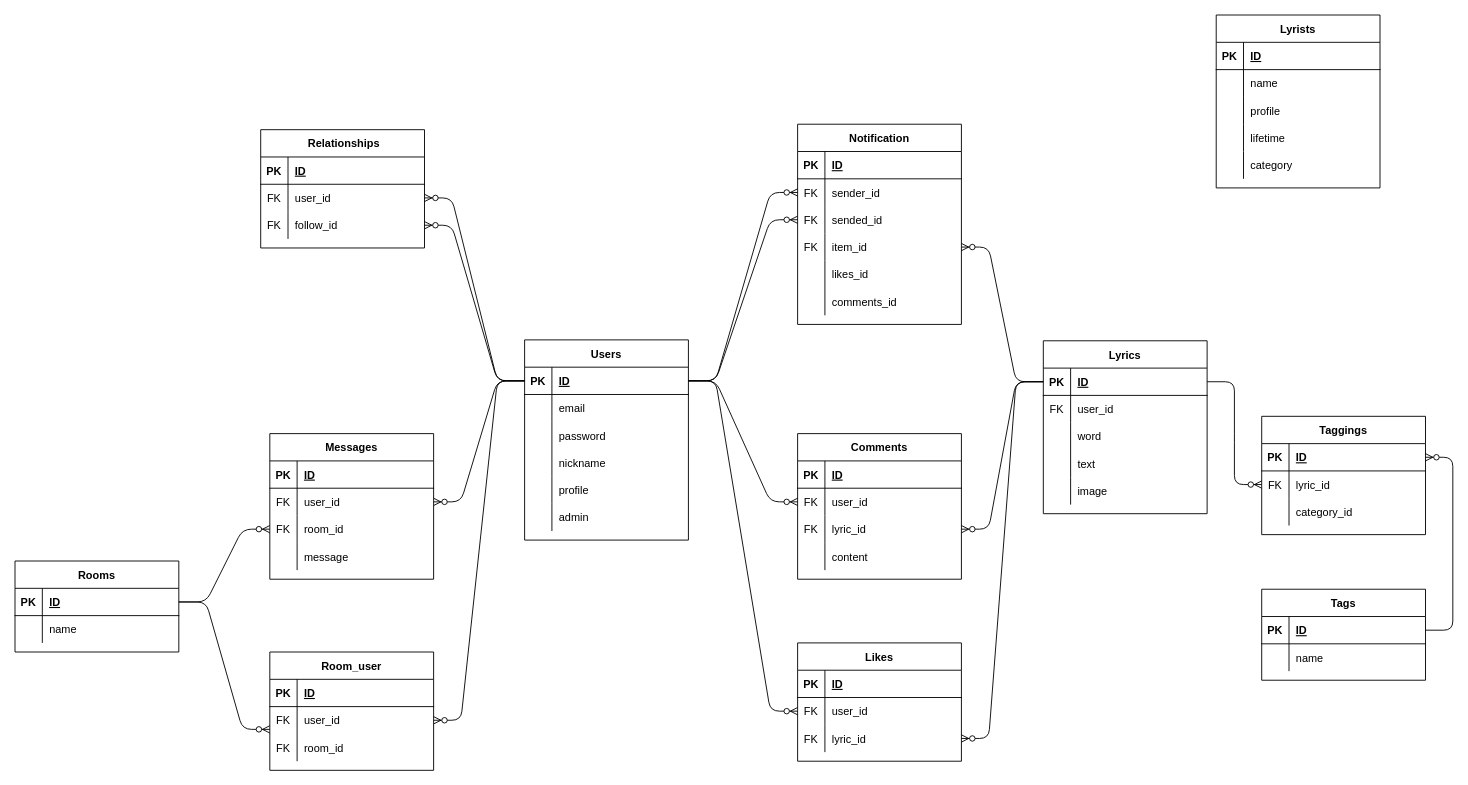
Earlier version of the draw.io diagram lyricomic.dio (fmnature/lyricomic). Source tidied: cells renumbered, new cells numbered last; positions are measured from the earlier drawing's top-left corner, leaving out a move shared by most shapes. Both pictures are drawn from the tidied source at 91%, with x=0, y=0 at pixel (15, 15).
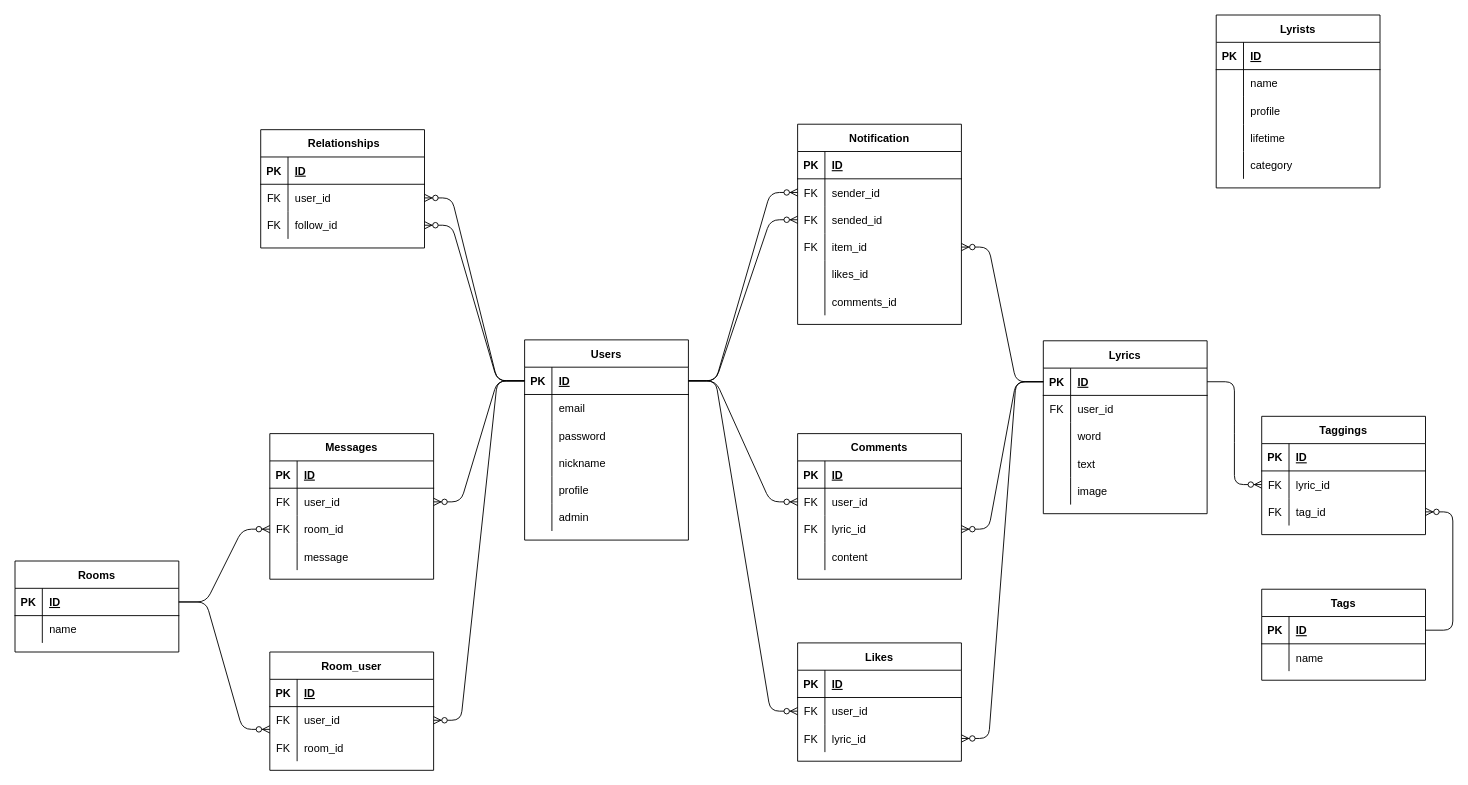
The same diagram, later.

The change refers to these unchanged cells:
```xml
<mxCell id="51" style="shape=partialRectangle;fillColor=none;top=0;left=0;bottom=1;right=0;points=[[0,0.5],[1,0.5]];portConstraint=eastwest;" parent="50" vertex="1">
  <mxGeometry y="30" width="180" height="30" as="geometry" />
</mxCell>
<mxCell id="57" style="shape=partialRectangle;fillColor=none;top=0;left=0;bottom=0;right=0;points=[[0,0.5],[1,0.5]];portConstraint=eastwest;" parent="50" vertex="1">
  <mxGeometry y="90" width="180" height="30" as="geometry" />
</mxCell>
<mxCell id="160" style="shape=partialRectangle;fillColor=none;top=0;left=0;bottom=1;right=0;points=[[0,0.5],[1,0.5]];portConstraint=eastwest;" parent="159" vertex="1">
  <mxGeometry y="30" width="180" height="30" as="geometry" />
</mxCell>
```

What changed in the source:
```diff
@@
-    <mxCell id="58" style="shape=partialRectangle;fillColor=none;top=0;left=0;bottom=0;right=0;overflow=hidden;" parent="57" vertex="1">
-      <mxGeometry width="30" height="30" as="geometry" />
-    </mxCell>
-    <mxCell id="59" value="category_id" style="shape=partialRectangle;fillColor=none;top=0;left=0;bottom=0;right=0;align=left;spacingLeft=6;overflow=hidden;" parent="57" vertex="1">
-      <mxGeometry x="30" width="150" height="30" as="geometry" />
-    </mxCell>
+    <mxCell id="167" value="FK" style="shape=partialRectangle;fillColor=none;top=0;left=0;bottom=0;right=0;fontStyle=0;overflow=hidden;" parent="57" vertex="1">
+      <mxGeometry width="30" height="30" as="geometry" />
+    </mxCell>
+    <mxCell id="168" value="tag_id" style="shape=partialRectangle;fillColor=none;top=0;left=0;bottom=0;right=0;align=left;spacingLeft=6;fontStyle=0;overflow=hidden;" parent="57" vertex="1">
+      <mxGeometry x="30" width="150" height="30" as="geometry" />
+    </mxCell>
@@
-    <mxCell id="166" style="edgeStyle=entityRelationEdgeStyle;fontSize=12;html=1;endArrow=ERzeroToMany;endFill=1;entryX=1;entryY=0.5;entryDx=0;entryDy=0;exitX=1;exitY=0.5;exitDx=0;exitDy=0;" parent="1" edge="1" source="160" target="51">
+    <mxCell id="166" style="edgeStyle=entityRelationEdgeStyle;fontSize=12;html=1;endArrow=ERzeroToMany;endFill=1;entryX=1;entryY=0.5;entryDx=0;entryDy=0;exitX=1;exitY=0.5;exitDx=0;exitDy=0;" parent="1" edge="1" source="160" target="57">
       <mxGeometry relative="1" as="geometry" />
     </mxCell>
```
